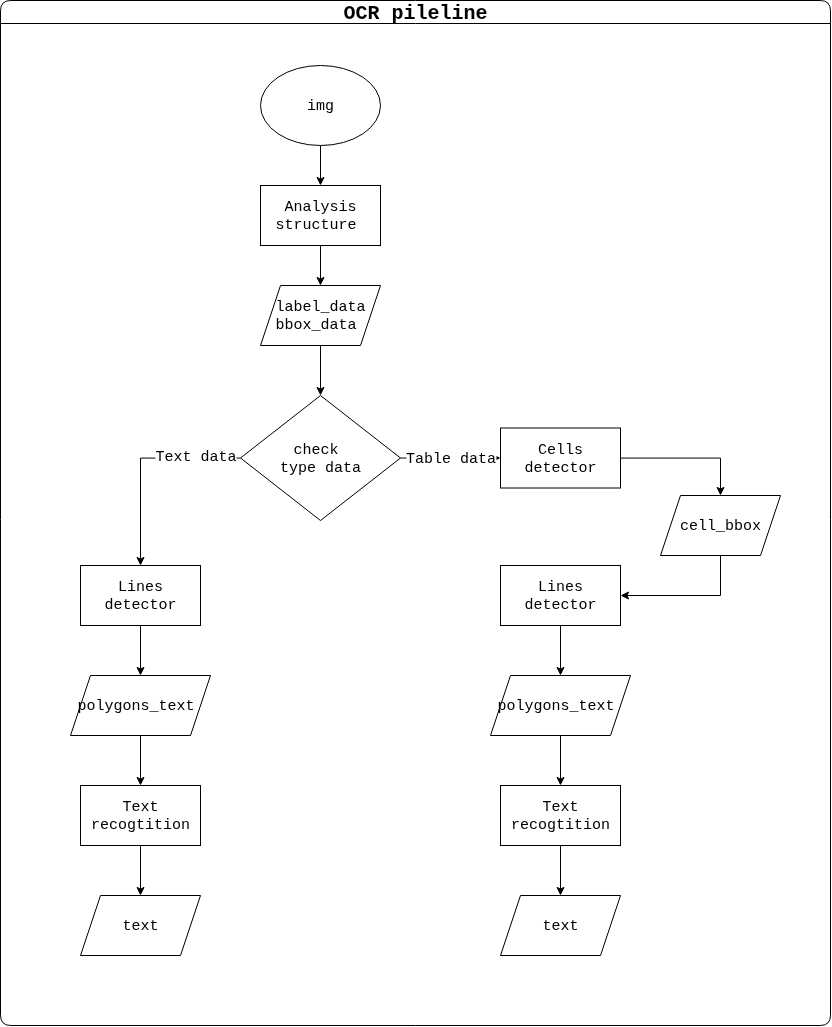
vantoan2905/ProdVision_Server keeps this draw.io diagram as media/charts/Untitled Diagram.drawio.png. Above is the earlier version. Source tidied: cells renumbered, new cells last; positions are measured from the earlier drawing's top-left corner, leaving out a move shared by most shapes.
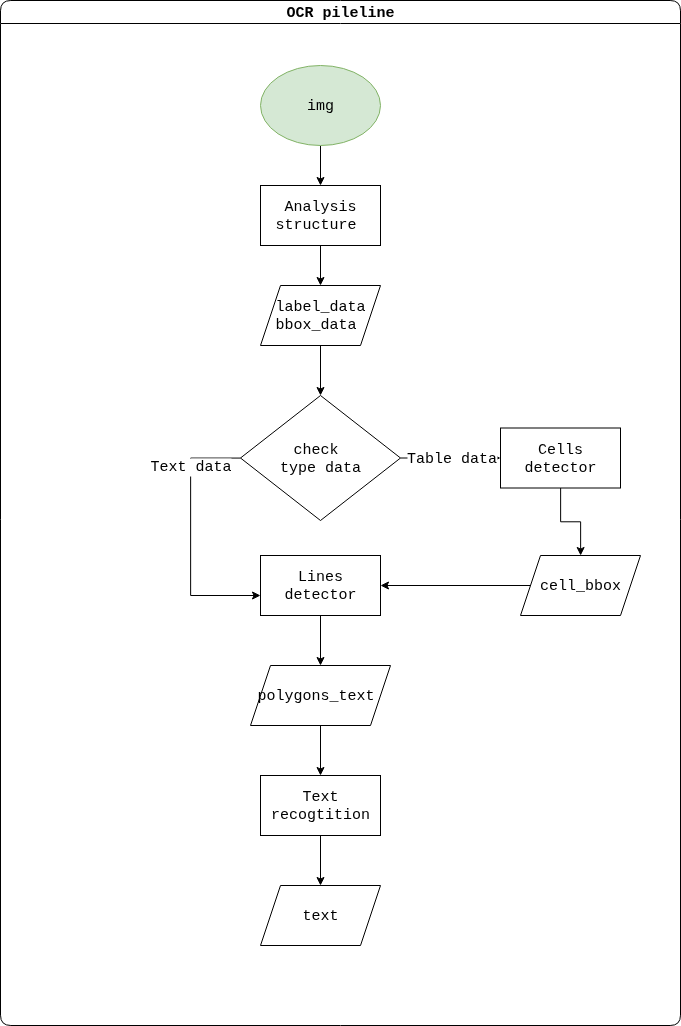
Above is the later version.

The edit, as a diff of the source:
```diff
@@ -2,14 +2,19 @@
   <root>
     <mxCell id="0" />
     <mxCell id="1" parent="0" />
-    <mxCell id="2" value="&lt;font style=&quot;font-size: 20px;&quot;&gt;OCR pileline&lt;/font&gt;" style="swimlane;whiteSpace=wrap;html=1;swimlaneFillColor=default;rounded=1;fontFamily=Courier New;" parent="1" vertex="1">
-      <mxGeometry width="830" height="1025" as="geometry" />
+    <mxCell id="2" value="&lt;font&gt;OCR pileline&lt;/font&gt;" style="swimlane;whiteSpace=wrap;html=1;swimlaneFillColor=default;rounded=1;fontFamily=Courier New;fontSize=15;" parent="1" vertex="1">
+      <mxGeometry width="680" height="1025" as="geometry" />
     </mxCell>
     <mxCell id="3" value="Table data" style="edgeStyle=orthogonalEdgeStyle;rounded=0;jettySize=auto;html=1;fontFamily=Courier New;fontSize=15;" parent="2" edge="1" source="6" target="14">
       <mxGeometry relative="1" as="geometry" />
     </mxCell>
-    <mxCell id="4" style="edgeStyle=orthogonalEdgeStyle;rounded=0;jettySize=auto;html=1;fontFamily=Courier New;fontSize=15;" parent="2" edge="1" source="6" target="25">
-      <mxGeometry relative="1" as="geometry" />
+    <mxCell id="4" style="edgeStyle=orthogonalEdgeStyle;rounded=0;jettySize=auto;html=1;fontFamily=Courier New;fontSize=15;" parent="2" edge="1" source="6" target="16">
+      <mxGeometry relative="1" as="geometry">
+        <Array as="points">
+          <mxPoint x="190" y="458" />
+          <mxPoint x="190" y="595" />
+        </Array>
+      </mxGeometry>
     </mxCell>
     <mxCell id="5" value="Text data" style="edgeLabel;html=1;align=center;verticalAlign=middle;fontFamily=Courier New;fontSize=15;" parent="4" vertex="1">
       <mxGeometry x="-0.56" y="-2" relative="1" as="geometry" />
@@ -20,7 +25,7 @@
     <mxCell id="7" style="edgeStyle=orthogonalEdgeStyle;rounded=0;jettySize=auto;html=1;fontFamily=Courier New;fontSize=15;" parent="2" edge="1" source="8" target="10">
       <mxGeometry relative="1" as="geometry" />
     </mxCell>
-    <mxCell id="8" value="img" style="ellipse;whiteSpace=wrap;html=1;fontFamily=Courier New;fontSize=15;" parent="2" vertex="1">
+    <mxCell id="8" value="img" style="ellipse;whiteSpace=wrap;html=1;fontFamily=Courier New;fontSize=15;fillColor=#d5e8d4;strokeColor=#82b366;" parent="2" vertex="1">
       <mxGeometry x="260" y="65" width="120" height="80" as="geometry" />
     </mxCell>
     <mxCell id="9" style="edgeStyle=orthogonalEdgeStyle;rounded=0;jettySize=auto;html=1;fontFamily=Courier New;fontSize=15;" parent="2" edge="1" source="10" target="12">
@@ -45,53 +50,33 @@
       <mxGeometry relative="1" as="geometry" />
     </mxCell>
     <mxCell id="16" value="Lines detector" style="whiteSpace=wrap;html=1;fontFamily=Courier New;fontSize=15;" parent="2" vertex="1">
-      <mxGeometry x="500" y="565" width="120" height="60" as="geometry" />
+      <mxGeometry x="260" y="555" width="120" height="60" as="geometry" />
     </mxCell>
     <mxCell id="17" style="edgeStyle=orthogonalEdgeStyle;rounded=0;jettySize=auto;html=1;fontFamily=Courier New;fontSize=15;" parent="2" edge="1" source="18" target="16">
       <mxGeometry relative="1" as="geometry">
         <Array as="points">
-          <mxPoint x="720" y="595" />
+          <mxPoint x="530" y="585" />
+          <mxPoint x="530" y="585" />
         </Array>
       </mxGeometry>
     </mxCell>
     <mxCell id="18" value="cell_bbox" style="shape=parallelogram;perimeter=parallelogramPerimeter;whiteSpace=wrap;html=1;fixedSize=1;fontFamily=Courier New;fontSize=15;" parent="2" vertex="1">
-      <mxGeometry x="660" y="495" width="120" height="60" as="geometry" />
+      <mxGeometry x="520" y="555" width="120" height="60" as="geometry" />
     </mxCell>
     <mxCell id="19" style="edgeStyle=orthogonalEdgeStyle;rounded=0;jettySize=auto;html=1;fontFamily=Courier New;fontSize=15;" parent="2" edge="1" source="20" target="22">
       <mxGeometry relative="1" as="geometry" />
     </mxCell>
     <mxCell id="20" value="polygons_text&amp;nbsp;" style="shape=parallelogram;perimeter=parallelogramPerimeter;whiteSpace=wrap;html=1;fixedSize=1;fontFamily=Courier New;fontSize=15;" parent="2" vertex="1">
-      <mxGeometry x="490" y="675" width="140" height="60" as="geometry" />
+      <mxGeometry x="250" y="665" width="140" height="60" as="geometry" />
     </mxCell>
     <mxCell id="21" style="edgeStyle=orthogonalEdgeStyle;rounded=0;jettySize=auto;html=1;fontFamily=Courier New;fontSize=15;" parent="2" edge="1" source="22" target="23">
       <mxGeometry relative="1" as="geometry" />
     </mxCell>
     <mxCell id="22" value="Text recogtition" style="whiteSpace=wrap;html=1;fontFamily=Courier New;fontSize=15;" parent="2" vertex="1">
-      <mxGeometry x="500" y="785" width="120" height="60" as="geometry" />
+      <mxGeometry x="260" y="775" width="120" height="60" as="geometry" />
     </mxCell>
     <mxCell id="23" value="text" style="shape=parallelogram;perimeter=parallelogramPerimeter;whiteSpace=wrap;html=1;fixedSize=1;fontFamily=Courier New;fontSize=15;" parent="2" vertex="1">
-      <mxGeometry x="500" y="895" width="120" height="60" as="geometry" />
+      <mxGeometry x="260" y="885" width="120" height="60" as="geometry" />
     </mxCell>
-    <mxCell id="24" style="edgeStyle=orthogonalEdgeStyle;rounded=0;jettySize=auto;html=1;fontFamily=Courier New;fontSize=15;" parent="2" edge="1" source="25" target="27">
-      <mxGeometry relative="1" as="geometry" />
-    </mxCell>
-    <mxCell id="25" value="Lines detector" style="whiteSpace=wrap;html=1;fontFamily=Courier New;fontSize=15;" parent="2" vertex="1">
-      <mxGeometry x="80" y="565" width="120" height="60" as="geometry" />
-    </mxCell>
-    <mxCell id="26" style="edgeStyle=orthogonalEdgeStyle;rounded=0;jettySize=auto;html=1;fontFamily=Courier New;fontSize=15;" parent="2" edge="1" source="27" target="29">
-      <mxGeometry relative="1" as="geometry" />
-    </mxCell>
-    <mxCell id="27" value="polygons_text&amp;nbsp;" style="shape=parallelogram;perimeter=parallelogramPerimeter;whiteSpace=wrap;html=1;fixedSize=1;fontFamily=Courier New;fontSize=15;" parent="2" vertex="1">
-      <mxGeometry x="70" y="675" width="140" height="60" as="geometry" />
-    </mxCell>
-    <mxCell id="28" style="edgeStyle=orthogonalEdgeStyle;rounded=0;jettySize=auto;html=1;fontFamily=Courier New;fontSize=15;" parent="2" edge="1" source="29" target="30">
-      <mxGeometry relative="1" as="geometry" />
-    </mxCell>
-    <mxCell id="29" value="Text recogtition" style="whiteSpace=wrap;html=1;fontFamily=Courier New;fontSize=15;" parent="2" vertex="1">
-      <mxGeometry x="80" y="785" width="120" height="60" as="geometry" />
-    </mxCell>
-    <mxCell id="30" value="text" style="shape=parallelogram;perimeter=parallelogramPerimeter;whiteSpace=wrap;html=1;fixedSize=1;fontFamily=Courier New;fontSize=15;" parent="2" vertex="1">
-      <mxGeometry x="80" y="895" width="120" height="60" as="geometry" />
-    </mxCell>
   </root>
 </mxGraphModel>
```
